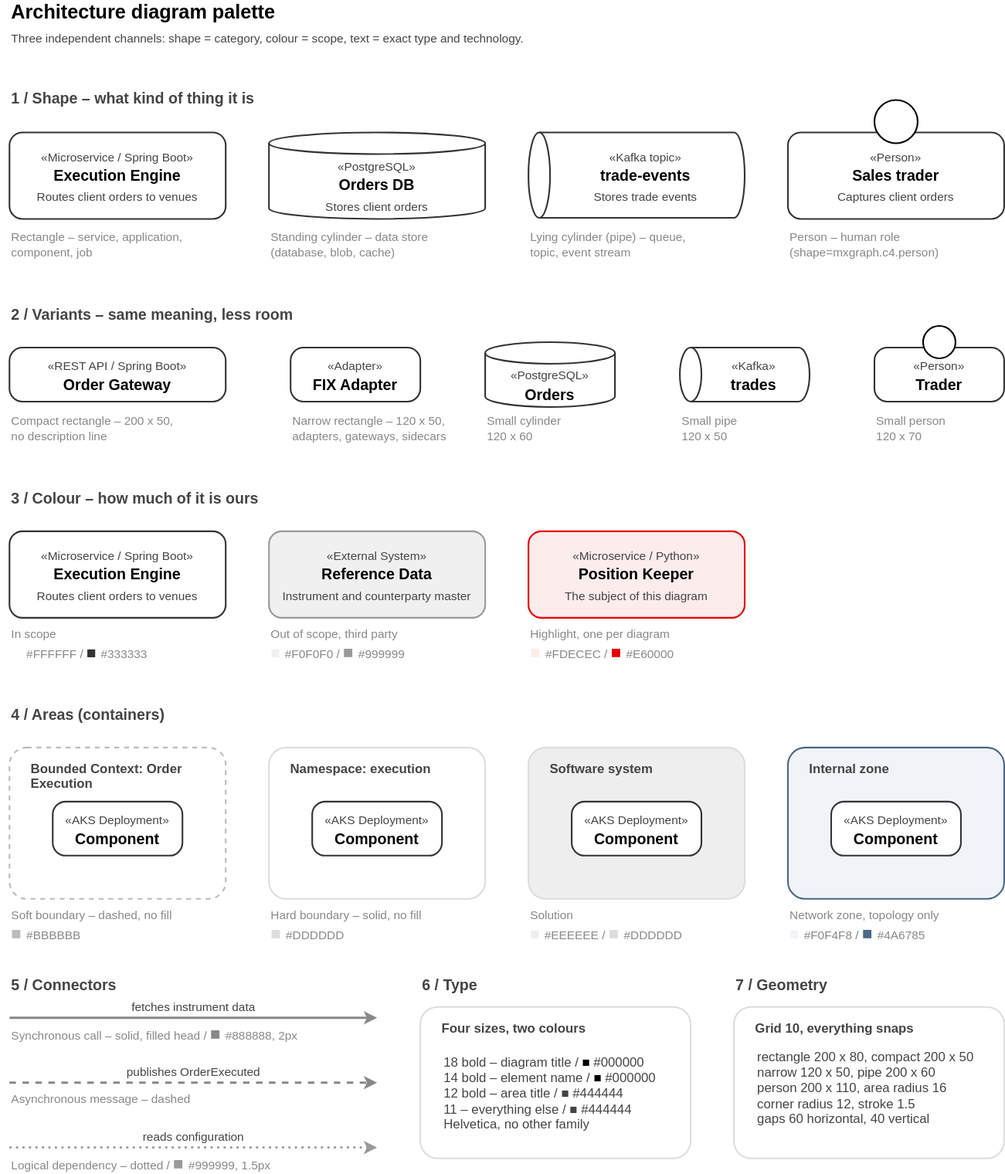
Earlier version of the draw.io export templates/palette.drawio.svg (wojciech-ruchlewicz/drawio-architecture-kit). Source tidied: cells renumbered, new cells last; positions are measured from the earlier drawing's top-left corner, leaving out a move shared by most shapes.
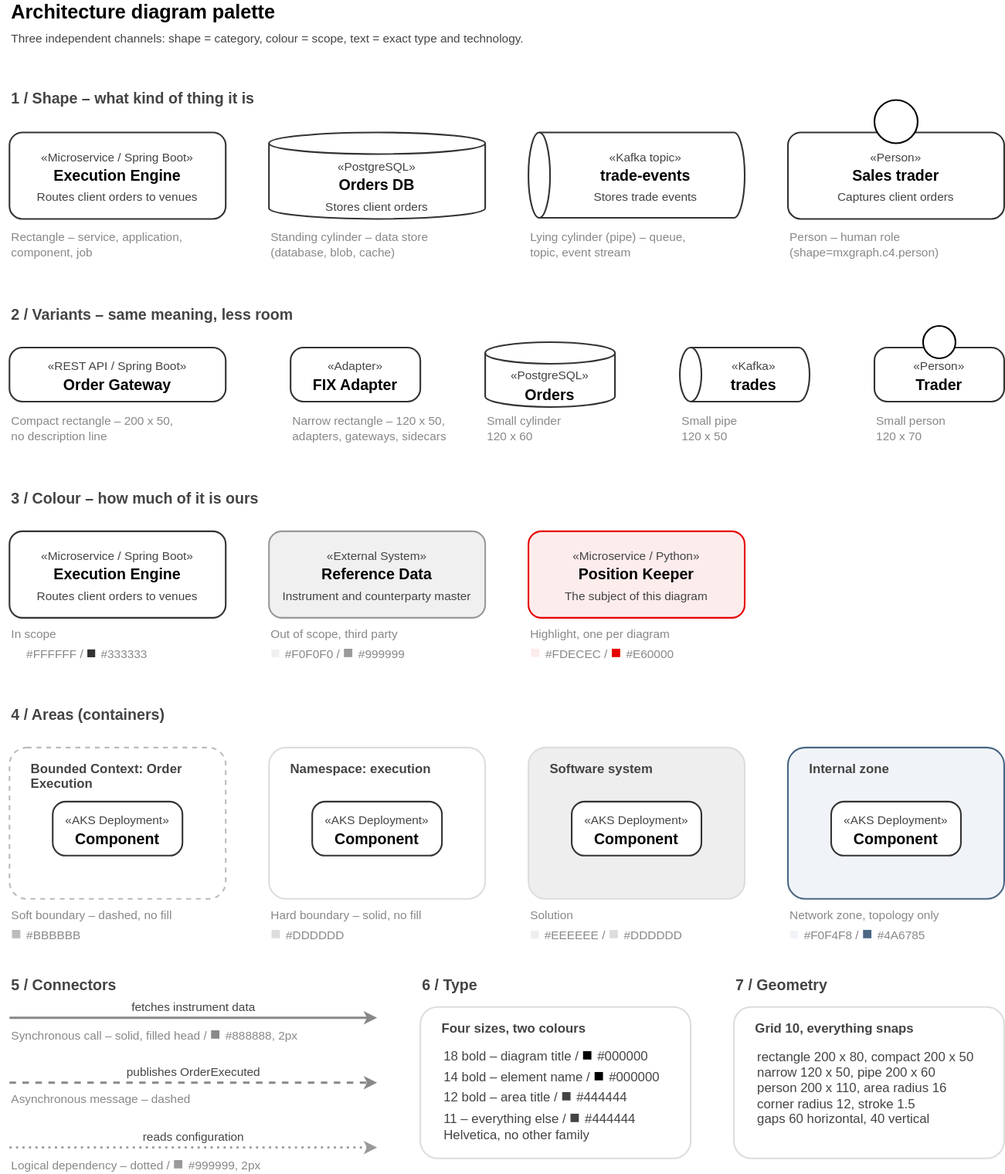
After the commit.

The edit, as a diff of the source:
```diff
@@ -149,7 +149,7 @@
         <mxPoint x="340" y="1060" as="targetPoint" />
       </mxGeometry>
     </mxCell>
-    <mxCell id="48" value="Logical dependency – dotted / &lt;font color=&quot;#999999&quot; style=&quot;font-size: 16px;&quot;&gt;■&lt;/font&gt; #999999, 1.5px" style="text;html=1;align=left;verticalAlign=middle;fontFamily=Helvetica;fontSize=11;fontColor=#888888;" parent="1" vertex="1">
+    <mxCell id="48" value="Logical dependency – dotted / &lt;font color=&quot;#999999&quot; style=&quot;font-size: 16px;&quot;&gt;■&lt;/font&gt; #999999, 2px" style="text;html=1;align=left;verticalAlign=middle;fontFamily=Helvetica;fontSize=11;fontColor=#888888;" parent="1" vertex="1">
       <mxGeometry y="1070" width="340" height="10" as="geometry" />
     </mxCell>
     <mxCell id="49" value="6 / Type" style="text;html=1;align=left;verticalAlign=middle;fontFamily=Helvetica;fontSize=14;fontColor=#444444;fontStyle=1;" parent="1" vertex="1">
@@ -158,7 +158,7 @@
     <mxCell id="50" value="Four sizes, two colours" style="rounded=1;absoluteArcSize=1;arcSize=32;whiteSpace=wrap;html=1;strokeWidth=1.5;fontFamily=Helvetica;fontSize=12;fontStyle=1;fontColor=#444444;align=left;verticalAlign=top;spacingLeft=20;spacingTop=8;shadow=0;fillColor=none;strokeColor=#DDDDDD;spacing=0;" parent="1" vertex="1">
       <mxGeometry x="380" y="930" width="250" height="140" as="geometry" />
     </mxCell>
-    <mxCell id="51" value="18 bold – diagram title / &lt;font color=&quot;#000000&quot;&gt;■&lt;/font&gt; #000000&lt;br&gt;14 bold – element name / &lt;font color=&quot;#000000&quot;&gt;■&lt;/font&gt; #000000&lt;br&gt;12 bold – area title / &lt;font color=&quot;#444444&quot;&gt;■&lt;/font&gt; #444444&lt;br&gt;11 – everything else / &lt;font color=&quot;#444444&quot;&gt;■&lt;/font&gt; #444444&lt;br&gt;Helvetica, no other family" style="text;html=1;align=left;verticalAlign=middle;fontFamily=Helvetica;fontSize=12;fontColor=#444444;" parent="50" vertex="1">
+    <mxCell id="51" value="18 bold – diagram title / &lt;font style=&quot;font-size: 16px;&quot; color=&quot;#000000&quot;&gt;■&lt;/font&gt; #000000&lt;br&gt;14 bold – element name / &lt;font style=&quot;font-size: 16px;&quot; color=&quot;#000000&quot;&gt;■&lt;/font&gt; #000000&lt;br&gt;12 bold – area title / &lt;font style=&quot;font-size: 16px;&quot; color=&quot;#444444&quot;&gt;■&lt;/font&gt; #444444&lt;br&gt;11 – everything else / &lt;font style=&quot;font-size: 16px;&quot; color=&quot;#444444&quot;&gt;■&lt;/font&gt; #444444&lt;br&gt;Helvetica, no other family" style="text;html=1;align=left;verticalAlign=middle;fontFamily=Helvetica;fontSize=12;fontColor=#444444;" parent="50" vertex="1">
       <mxGeometry x="20" y="40" width="190" height="80" as="geometry" />
     </mxCell>
     <mxCell id="52" value="7 / Geometry" style="text;html=1;align=left;verticalAlign=middle;fontFamily=Helvetica;fontSize=14;fontColor=#444444;fontStyle=1;" parent="1" vertex="1">
```
